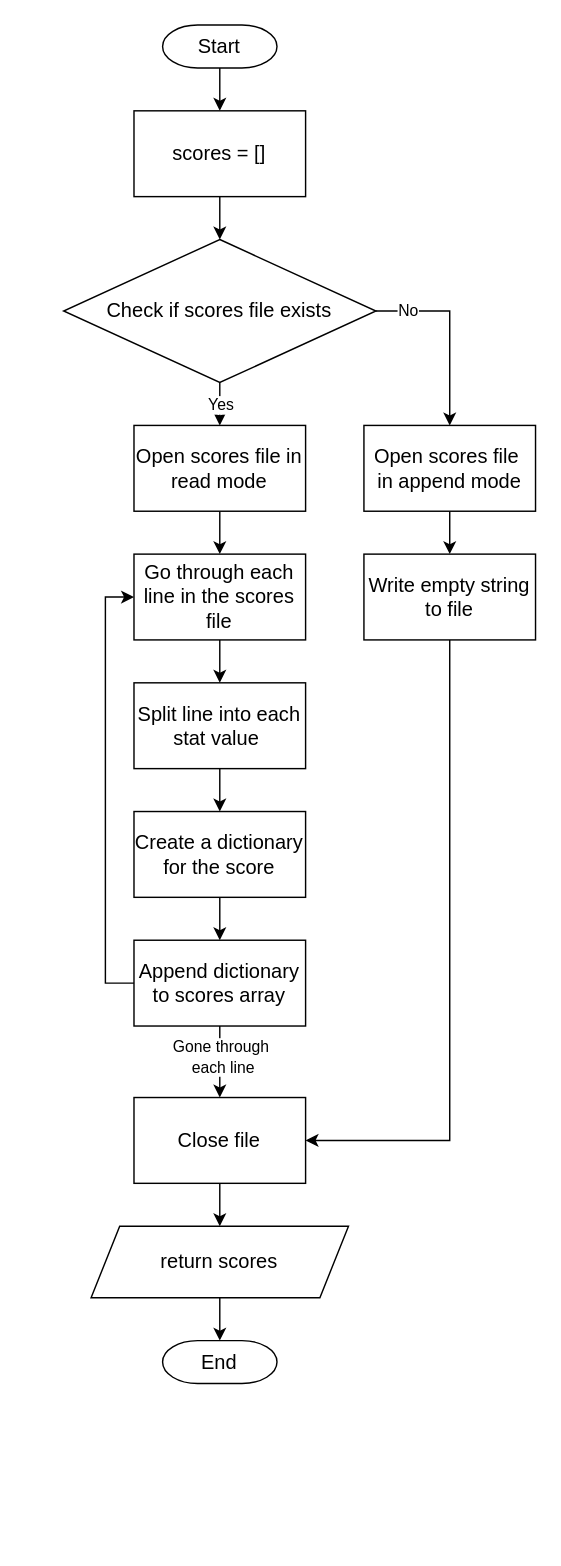
Before: diagrams/algorithms/loadScoresAlgo.drawio in Bxnetic/wahtype, a draw.io diagram. Source tidied: cells renumbered, new cells numbered last; positions are measured from the earlier drawing's top-left corner, leaving out a move shared by most shapes. Both pictures are drawn from the tidied source at 143%, with x=0, y=0 at pixel (63, 24).
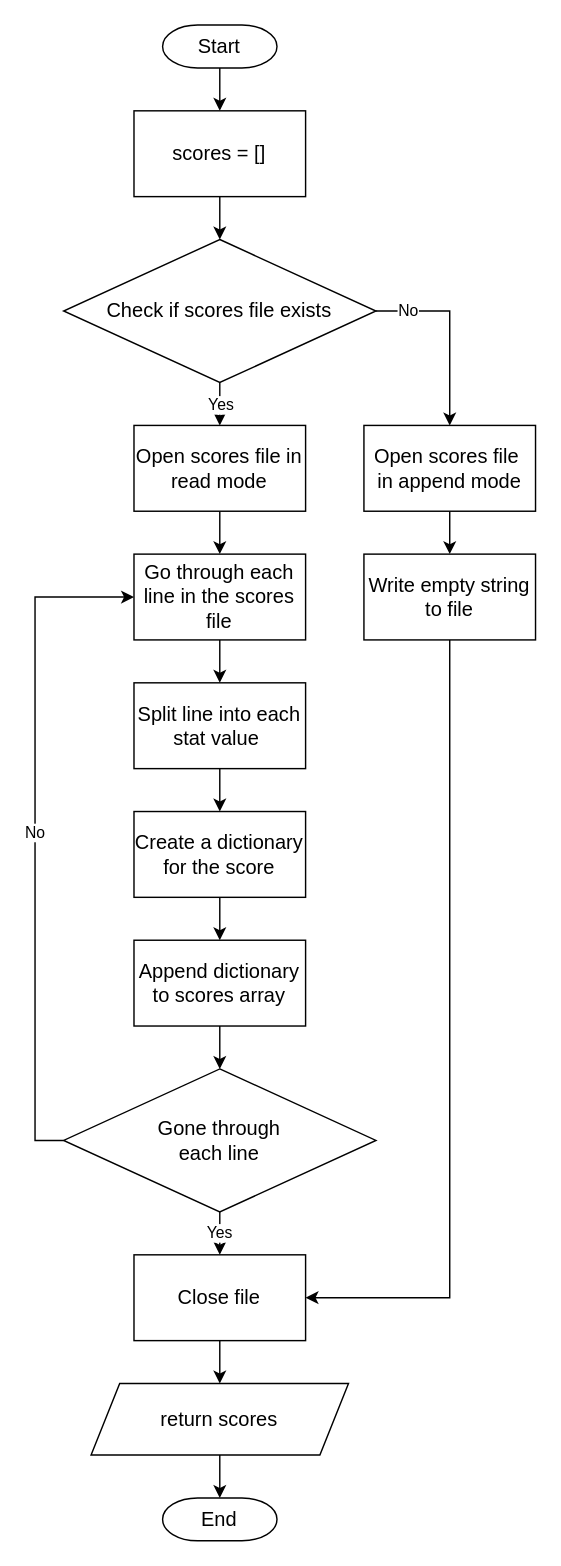
The same diagram, later.

The change refers to these unchanged cells:
```xml
<mxCell id="19" value="Go through each line in the scores file" style="rounded=0;whiteSpace=wrap;html=1;fontSize=14;" parent="1" vertex="1">
  <mxGeometry x="49.2" y="370" width="120" height="60" as="geometry" />
</mxCell>
<mxCell id="25" value="Append dictionary to scores array" style="rounded=0;whiteSpace=wrap;html=1;fontSize=14;" parent="1" vertex="1">
  <mxGeometry x="49.2" y="640" width="120" height="60" as="geometry" />
</mxCell>
```

Diff of the diagram source:
```diff
@@
-    <mxCell id="24" style="edgeStyle=orthogonalEdgeStyle;rounded=0;jettySize=auto;html=1;exitX=0;exitY=0.5;exitDx=0;exitDy=0;entryX=0;entryY=0.5;entryDx=0;entryDy=0;" parent="1" edge="1" source="25" target="19">
-      <mxGeometry relative="1" as="geometry" />
-    </mxCell>
@@
     <mxCell id="27" value="Close file" style="rounded=0;whiteSpace=wrap;html=1;fontSize=14;" parent="1" vertex="1">
-      <mxGeometry x="49.2" y="750" width="120" height="60" as="geometry" />
+      <mxGeometry x="49.2" y="860" width="120" height="60" as="geometry" />
     </mxCell>
@@
     <mxCell id="29" value="return scores" style="shape=parallelogram;perimeter=parallelogramPerimeter;whiteSpace=wrap;html=1;fixedSize=1;fontSize=14;" parent="1" vertex="1">
-      <mxGeometry x="19.2" y="840" width="180" height="50" as="geometry" />
+      <mxGeometry x="19.2" y="950" width="180" height="50" as="geometry" />
     </mxCell>
-    <mxCell id="30" style="endArrow=classic;html=1;rounded=0;exitX=0.5;exitY=1;exitDx=0;exitDy=0;entryX=0.5;entryY=0;entryDx=0;entryDy=0;" parent="1" edge="1" source="25" target="27">
+    <mxCell id="30" style="endArrow=classic;html=1;rounded=0;exitX=0.5;exitY=1;exitDx=0;exitDy=0;entryX=0.5;entryY=0;entryDx=0;entryDy=0;" parent="1" edge="1" source="25" target="31">
       <mxGeometry relative="1" as="geometry" />
     </mxCell>
+    <mxCell id="32" value="End" style="strokeWidth=1;html=1;shape=mxgraph.flowchart.terminator;whiteSpace=wrap;fontSize=14;" parent="1" vertex="1">
+      <mxGeometry x="69.2" y="1030" width="80" height="30" as="geometry" />
+    </mxCell>
+    <mxCell id="33" value="Yes" style="edgeStyle=orthogonalEdgeStyle;rounded=0;jettySize=auto;html=1;exitX=0.5;exitY=1;exitDx=0;exitDy=0;entryX=0.5;entryY=0;entryDx=0;entryDy=0;" parent="1" edge="1" source="31" target="27">
+      <mxGeometry relative="1" as="geometry" />
+    </mxCell>
+    <mxCell id="34" value="No" style="edgeStyle=orthogonalEdgeStyle;rounded=0;jettySize=auto;html=1;exitX=0;exitY=0.5;exitDx=0;exitDy=0;entryX=0;entryY=0.5;entryDx=0;entryDy=0;" parent="1" edge="1" source="31" target="19">
+      <mxGeometry relative="1" as="geometry" />
+    </mxCell>
-    <mxCell id="31" value="&lt;div&gt;Gone through&lt;/div&gt;&lt;div&gt;&amp;nbsp;each line&lt;/div&gt;" style="edgeLabel;html=1;align=center;verticalAlign=middle;" parent="30" vertex="1">
-      <mxGeometry relative="1" as="geometry">
-        <mxPoint y="-4" as="offset" />
-      </mxGeometry>
+    <mxCell id="31" value="&lt;div&gt;Gone through&lt;/div&gt;&lt;div&gt;each line&lt;/div&gt;" style="rhombus;html=1;spacing=9;spacingLeft=0;whiteSpace=wrap;labelPosition=center;verticalLabelPosition=middle;align=center;verticalAlign=middle;spacingBottom=0;gradientColor=none;fillColor=default;strokeColor=default;fontFamily=Helvetica;fontSize=14;fontColor=default;fontStyle=0;" parent="1" vertex="1">
+      <mxGeometry y="730" width="218.4" height="100" as="geometry" />
     </mxCell>
-    <mxCell id="32" value="End" style="strokeWidth=1;html=1;shape=mxgraph.flowchart.terminator;whiteSpace=wrap;fontSize=14;" parent="1" vertex="1">
-      <mxGeometry x="69.2" y="920" width="80" height="30" as="geometry" />
-    </mxCell>
```
